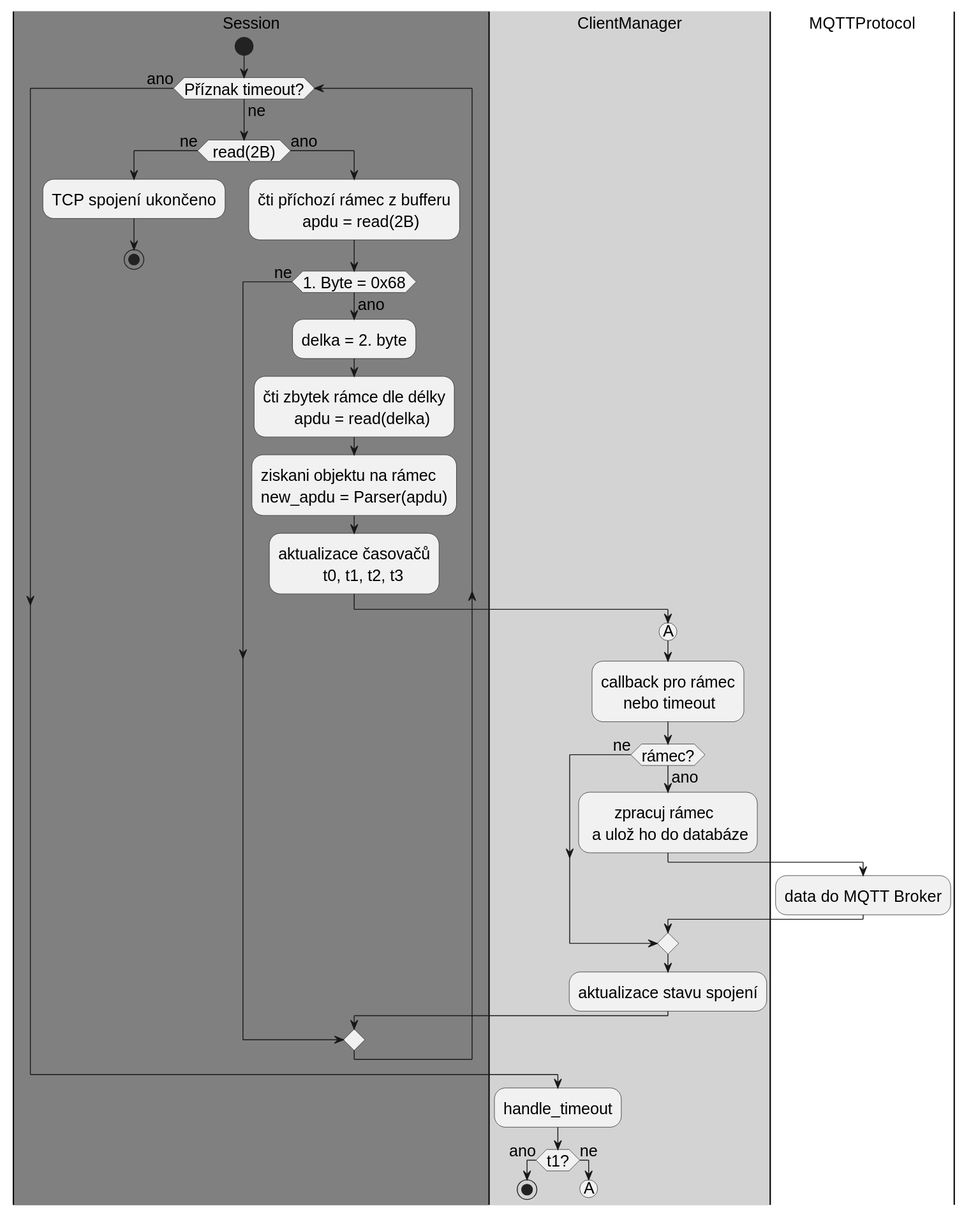
Before: IEC104_SERVER/IEC104_v7/diagramy/dataflow.svg, a diagram exported from PlantUML (SlavekRylich/IEC104).
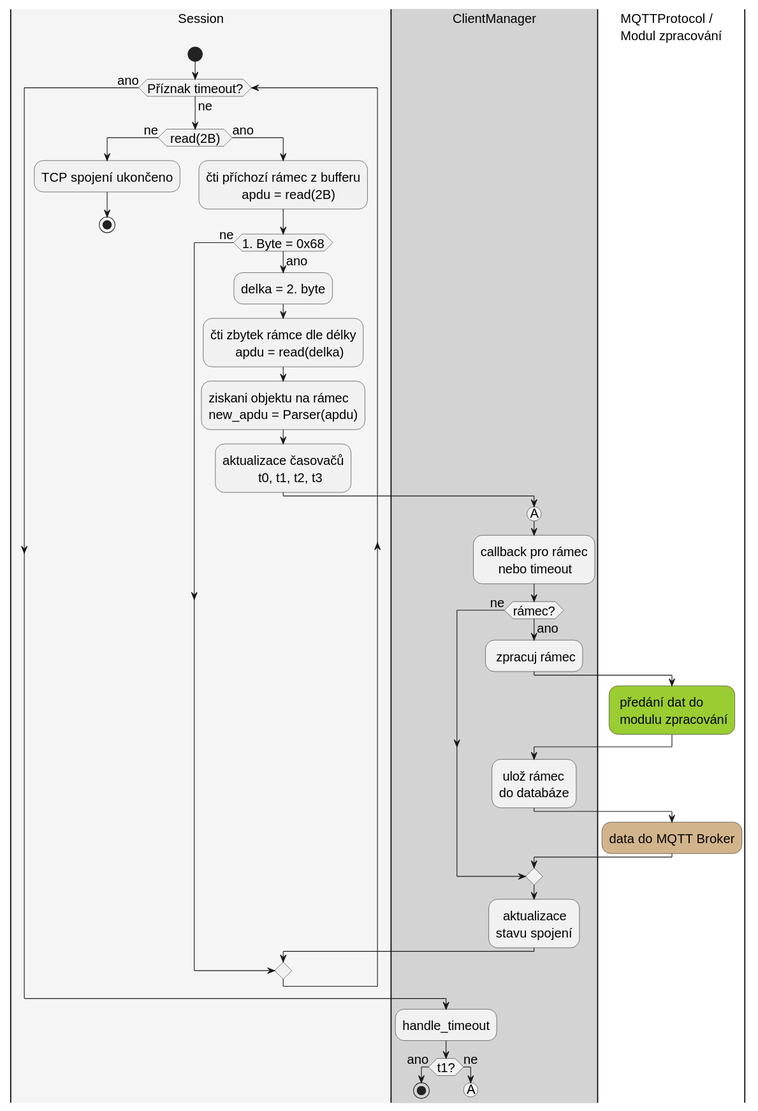
After the commit.

What changed in the source:
```diff
@@ -1,14 +1,14 @@
 @startuml
 skinparam DefaultFontSize 18
 
-|#grey|Session|
+|#whitesmoke|Session|
 start
 while (Příznak timeout?) is (ne)
     if ( read(2B) )  is (ne) then
         :TCP spojení ukončeno;
         stop
     else (ano)
-        |#grey|Session|
+        |#whitesmoke|Session|
         :čti příchozí rámec z bufferu\n          apdu = read(2B);
 
         if (1. Byte = 0x68) is (ne) then
@@ -23,13 +23,18 @@
             (A)
             :callback pro rámec\n     nebo timeout;
             if (rámec?) is (ano) then
-                :      zpracuj rámec\n a ulož ho do databáze;
-                |MQTTProtocol|
-                :data do MQTT Broker;
+                : zpracuj rámec;
+
+                |MQTTProtocol /\nModul zpracování|
+                #yellowgreen: předání dat do\n modulu zpracování;
+                |#lightgray|ClientManager|
+                : ulož rámec \ndo databáze;
+                |MQTTProtocol /\nModul zpracování|
+                #tan:data do MQTT Broker;
             else (ne)
             endif
                 |#lightgray|ClientManager|
-                :aktualizace stavu spojení;
+                :  aktualizace\nstavu spojení;
         endif
     endif
 endwhile (ano)
```
